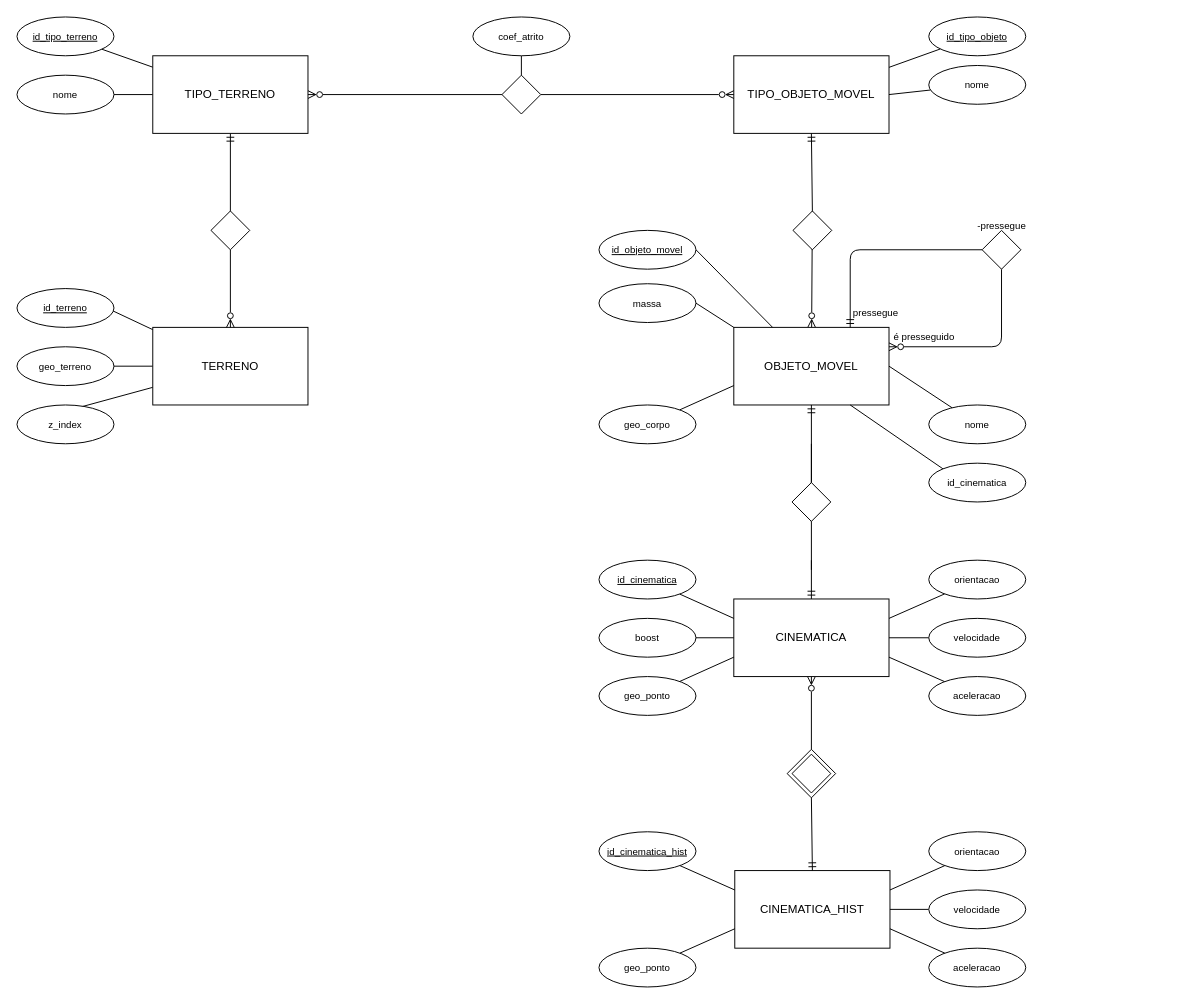
Earlier version of the draw.io diagram trabalhoPratico/doc/modelo.drawio (AnaSofOliveira/SIGM2425). Source tidied: cells renumbered, new cells numbered last; positions are measured from the earlier drawing's top-left corner, leaving out a move shared by most shapes. Both pictures are drawn from the tidied source at 97%, with x=0, y=0 at pixel (16, 16).
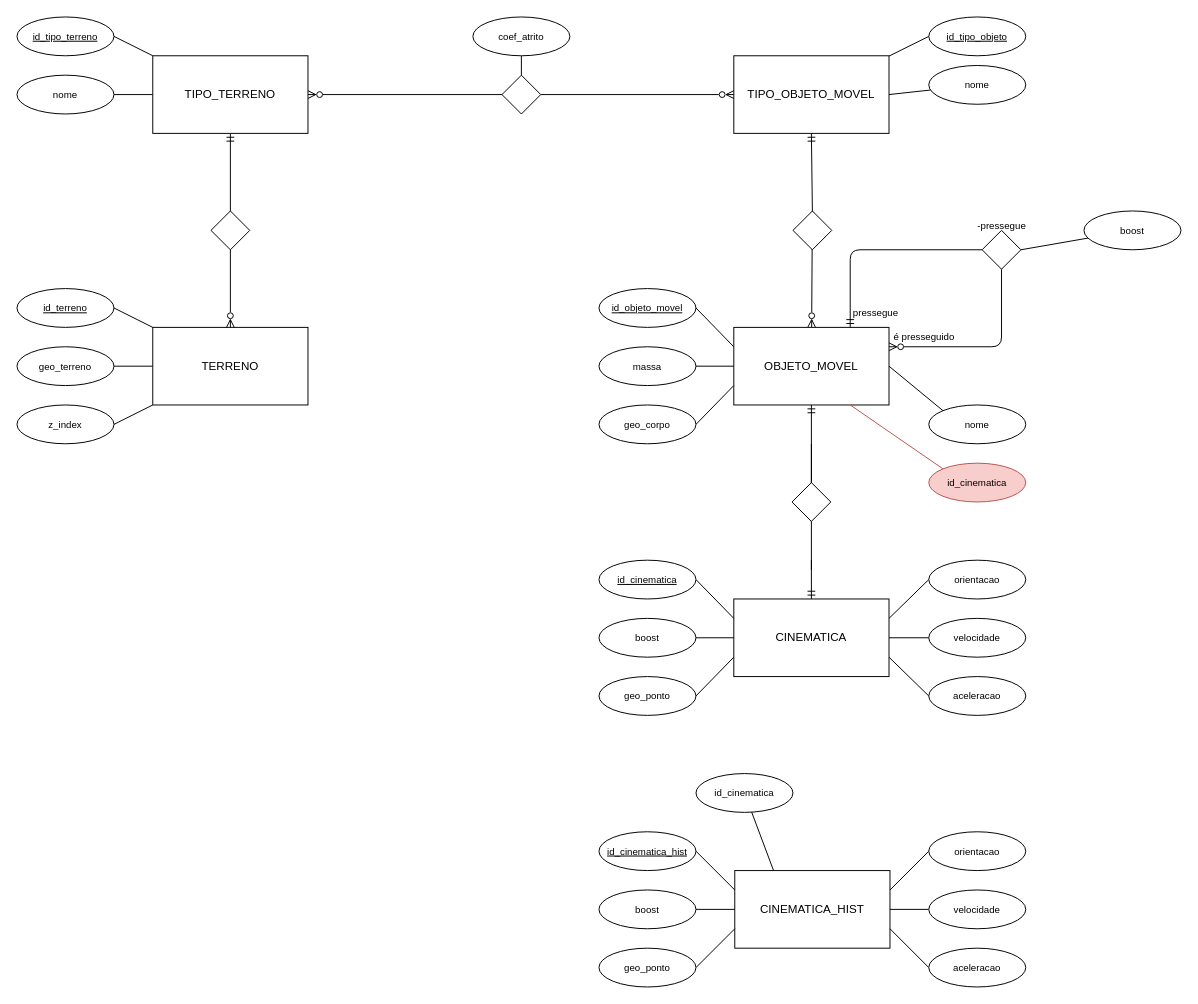
Above is the later version.

Unchanged cells that the change refers to:
```xml
<mxCell id="6" value="TERRENO" style="rounded=0;whiteSpace=wrap;html=1;" parent="1" vertex="1">
  <mxGeometry x="140" y="320" width="160" height="80" as="geometry" />
</mxCell>
<mxCell id="10" value="TIPO_TERRENO" style="rounded=0;whiteSpace=wrap;html=1;" parent="1" vertex="1">
  <mxGeometry x="140" y="40" width="160" height="80" as="geometry" />
</mxCell>
<mxCell id="13" value="&lt;u style=&quot;font-size: 10px;&quot;&gt;id_tipo_terreno&lt;/u&gt;" style="ellipse;whiteSpace=wrap;html=1;fontSize=10;" parent="1" vertex="1">
  <mxGeometry width="100" height="40" as="geometry" />
</mxCell>
<mxCell id="15" value="z_index" style="ellipse;whiteSpace=wrap;html=1;fontSize=10;" parent="1" vertex="1">
  <mxGeometry y="400" width="100" height="40" as="geometry" />
</mxCell>
<mxCell id="16" value="geo_terreno" style="ellipse;whiteSpace=wrap;html=1;fontSize=10;" parent="1" vertex="1">
  <mxGeometry y="340" width="100" height="40" as="geometry" />
</mxCell>
<mxCell id="17" value="&lt;u style=&quot;font-size: 10px;&quot;&gt;id_terreno&lt;/u&gt;" style="ellipse;whiteSpace=wrap;html=1;fontSize=10;" parent="1" vertex="1">
  <mxGeometry y="280" width="100" height="40" as="geometry" />
</mxCell>
<mxCell id="20" value="OBJETO_MOVEL" style="rounded=0;whiteSpace=wrap;html=1;" parent="1" vertex="1">
  <mxGeometry x="739" y="320" width="160" height="80" as="geometry" />
</mxCell>
<mxCell id="24" value="CINEMATICA" style="rounded=0;whiteSpace=wrap;html=1;" parent="1" vertex="1">
  <mxGeometry x="739" y="600" width="160" height="80" as="geometry" />
</mxCell>
<mxCell id="26" value="CINEMATICA_HIST" style="rounded=0;whiteSpace=wrap;html=1;" parent="1" vertex="1">
  <mxGeometry x="740" y="880" width="160" height="80" as="geometry" />
</mxCell>
<mxCell id="29" value="&lt;u style=&quot;font-size: 10px;&quot;&gt;id_cinematica&lt;/u&gt;" style="ellipse;whiteSpace=wrap;html=1;fontSize=10;" parent="1" vertex="1">
  <mxGeometry x="600" y="560" width="100" height="40" as="geometry" />
</mxCell>
<mxCell id="31" value="orientacao" style="ellipse;whiteSpace=wrap;html=1;fontSize=10;" parent="1" vertex="1">
  <mxGeometry x="940" y="560" width="100" height="40" as="geometry" />
</mxCell>
<mxCell id="34" value="aceleracao" style="ellipse;whiteSpace=wrap;html=1;fontSize=10;" parent="1" vertex="1">
  <mxGeometry x="940" y="680" width="100" height="40" as="geometry" />
</mxCell>
<mxCell id="36" value="geo_ponto" style="ellipse;whiteSpace=wrap;html=1;fontSize=10;" parent="1" vertex="1">
  <mxGeometry x="600" y="680" width="100" height="40" as="geometry" />
</mxCell>
<mxCell id="40" value="nome" style="ellipse;whiteSpace=wrap;html=1;fontSize=10;" parent="1" vertex="1">
  <mxGeometry x="940" y="400" width="100" height="40" as="geometry" />
</mxCell>
<mxCell id="44" value="geo_corpo" style="ellipse;whiteSpace=wrap;html=1;fontSize=10;" parent="1" vertex="1">
  <mxGeometry x="600" y="400" width="100" height="40" as="geometry" />
</mxCell>
<mxCell id="45" value="TIPO_OBJETO_MOVEL" style="rounded=0;whiteSpace=wrap;html=1;" parent="1" vertex="1">
  <mxGeometry x="739" y="40" width="160" height="80" as="geometry" />
</mxCell>
<mxCell id="49" value="&lt;u&gt;id_tipo_objeto&lt;/u&gt;" style="ellipse;whiteSpace=wrap;html=1;fontSize=10;" parent="1" vertex="1">
  <mxGeometry x="940" width="100" height="40" as="geometry" />
</mxCell>
<mxCell id="55" value="geo_ponto" style="ellipse;whiteSpace=wrap;html=1;fontSize=10;" parent="1" vertex="1">
  <mxGeometry x="600" y="960" width="100" height="40" as="geometry" />
</mxCell>
<mxCell id="57" value="aceleracao" style="ellipse;whiteSpace=wrap;html=1;fontSize=10;" parent="1" vertex="1">
  <mxGeometry x="940" y="960" width="100" height="40" as="geometry" />
</mxCell>
<mxCell id="61" value="orientacao" style="ellipse;whiteSpace=wrap;html=1;fontSize=10;" parent="1" vertex="1">
  <mxGeometry x="940" y="840" width="100" height="40" as="geometry" />
</mxCell>
<mxCell id="63" value="&lt;u style=&quot;font-size: 10px;&quot;&gt;id_cinematica_hist&lt;/u&gt;" style="ellipse;whiteSpace=wrap;html=1;fontSize=10;" parent="1" vertex="1">
  <mxGeometry x="600" y="840" width="100" height="40" as="geometry" />
</mxCell>
<mxCell id="75" style="rhombus;whiteSpace=wrap;html=1;" parent="74" vertex="1">
  <mxGeometry x="15" y="20" width="40" height="40" as="geometry" />
</mxCell>
```

The edit, as a diff of the source:
```diff
@@
-    <mxCell id="2" style="edgeStyle=none;html=1;entryX=0.5;entryY=0;entryDx=0;entryDy=0;startArrow=none;startFill=0;endArrow=none;endFill=0;" parent="1" edge="1" source="6" target="17">
+    <mxCell id="2" style="edgeStyle=none;html=1;entryX=1;entryY=0.5;entryDx=0;entryDy=0;startArrow=none;startFill=0;endArrow=none;endFill=0;" parent="1" edge="1" source="6" target="17">
       <mxGeometry relative="1" as="geometry" />
     </mxCell>
-    <mxCell id="3" style="edgeStyle=none;html=1;entryX=0;entryY=0.5;entryDx=0;entryDy=0;startArrow=none;startFill=0;endArrow=none;endFill=0;" parent="1" edge="1" source="6" target="16">
+    <mxCell id="3" style="edgeStyle=none;html=1;entryX=1;entryY=0.5;entryDx=0;entryDy=0;startArrow=none;startFill=0;endArrow=none;endFill=0;" parent="1" edge="1" source="6" target="16">
       <mxGeometry relative="1" as="geometry" />
     </mxCell>
-    <mxCell id="4" style="edgeStyle=none;html=1;entryX=0;entryY=0.5;entryDx=0;entryDy=0;startArrow=none;startFill=0;endArrow=none;endFill=0;" parent="1" edge="1" source="6" target="15">
+    <mxCell id="4" style="edgeStyle=none;html=1;entryX=1;entryY=0.5;entryDx=0;entryDy=0;startArrow=none;startFill=0;endArrow=none;endFill=0;" parent="1" edge="1" source="6" target="15">
       <mxGeometry relative="1" as="geometry" />
     </mxCell>
@@
-    <mxCell id="9" style="edgeStyle=none;html=1;startArrow=none;startFill=0;endArrow=none;endFill=0;" parent="1" edge="1" source="10" target="13">
+    <mxCell id="9" style="edgeStyle=none;html=1;startArrow=none;startFill=0;endArrow=none;endFill=0;entryX=1;entryY=0.5;entryDx=0;entryDy=0;" parent="1" edge="1" source="10" target="13">
       <mxGeometry relative="1" as="geometry" />
     </mxCell>
@@
-    <mxCell id="22" style="edgeStyle=none;html=1;startArrow=ERzeroToMany;startFill=0;endArrow=none;endFill=0;entryX=0.5;entryY=0;entryDx=0;entryDy=0;" parent="1" edge="1" source="24" target="71">
-      <mxGeometry relative="1" as="geometry" />
-    </mxCell>
@@
-    <mxCell id="27" style="edgeStyle=none;html=1;entryX=0.5;entryY=0;entryDx=0;entryDy=0;startArrow=none;startFill=0;endArrow=ERmandOne;endFill=0;exitX=0.5;exitY=1;exitDx=0;exitDy=0;" parent="1" edge="1" source="71" target="26">
-      <mxGeometry relative="1" as="geometry" />
-    </mxCell>
-    <mxCell id="28" style="edgeStyle=none;html=1;entryX=0;entryY=0.25;entryDx=0;entryDy=0;startArrow=none;startFill=0;endArrow=none;endFill=0;" parent="1" edge="1" source="29" target="24">
+    <mxCell id="28" style="edgeStyle=none;html=1;entryX=0;entryY=0.25;entryDx=0;entryDy=0;startArrow=none;startFill=0;endArrow=none;endFill=0;exitX=1;exitY=0.5;exitDx=0;exitDy=0;" parent="1" edge="1" source="29" target="24">
       <mxGeometry relative="1" as="geometry" />
     </mxCell>
@@
-    <mxCell id="30" style="edgeStyle=none;html=1;startArrow=none;startFill=0;endArrow=none;endFill=0;entryX=1;entryY=0.25;entryDx=0;entryDy=0;" parent="1" edge="1" source="31" target="24">
+    <mxCell id="30" style="edgeStyle=none;html=1;startArrow=none;startFill=0;endArrow=none;endFill=0;entryX=1;entryY=0.25;entryDx=0;entryDy=0;exitX=0;exitY=0.5;exitDx=0;exitDy=0;" parent="1" edge="1" source="31" target="24">
       <mxGeometry relative="1" as="geometry" />
     </mxCell>
@@
-    <mxCell id="33" style="edgeStyle=none;html=1;entryX=1;entryY=0.75;entryDx=0;entryDy=0;startArrow=none;startFill=0;endArrow=none;endFill=0;" parent="1" edge="1" source="34" target="24">
+    <mxCell id="33" style="edgeStyle=none;html=1;entryX=1;entryY=0.75;entryDx=0;entryDy=0;startArrow=none;startFill=0;endArrow=none;endFill=0;exitX=0;exitY=0.5;exitDx=0;exitDy=0;" parent="1" edge="1" source="34" target="24">
       <mxGeometry relative="1" as="geometry" />
     </mxCell>
@@
-    <mxCell id="35" style="edgeStyle=none;html=1;startArrow=none;startFill=0;endArrow=none;endFill=0;entryX=0;entryY=0.75;entryDx=0;entryDy=0;" parent="1" edge="1" source="36" target="24">
+    <mxCell id="35" style="edgeStyle=none;html=1;startArrow=none;startFill=0;endArrow=none;endFill=0;entryX=0;entryY=0.75;entryDx=0;entryDy=0;exitX=1;exitY=0.5;exitDx=0;exitDy=0;" parent="1" edge="1" source="36" target="24">
       <mxGeometry relative="1" as="geometry" />
     </mxCell>
@@
-    <mxCell id="37" style="edgeStyle=none;html=1;entryX=0.25;entryY=0;entryDx=0;entryDy=0;startArrow=none;startFill=0;endArrow=none;endFill=0;exitX=1;exitY=0.5;exitDx=0;exitDy=0;" parent="1" edge="1" source="38" target="20">
+    <mxCell id="37" style="edgeStyle=none;html=1;entryX=0;entryY=0.25;entryDx=0;entryDy=0;startArrow=none;startFill=0;endArrow=none;endFill=0;exitX=1;exitY=0.5;exitDx=0;exitDy=0;" parent="1" edge="1" source="38" target="20">
       <mxGeometry relative="1" as="geometry" />
     </mxCell>
     <mxCell id="38" value="&lt;u style=&quot;font-size: 10px;&quot;&gt;id_objeto_movel&lt;/u&gt;" style="ellipse;whiteSpace=wrap;html=1;fontSize=10;" parent="1" vertex="1">
-      <mxGeometry x="600" y="220" width="100" height="40" as="geometry" />
+      <mxGeometry x="600" y="280" width="100" height="40" as="geometry" />
     </mxCell>
-    <mxCell id="39" style="edgeStyle=none;html=1;entryX=1;entryY=0.5;entryDx=0;entryDy=0;startArrow=none;startFill=0;endArrow=none;endFill=0;" parent="1" edge="1" source="40" target="20">
+    <mxCell id="39" style="edgeStyle=none;html=1;entryX=1;entryY=0.5;entryDx=0;entryDy=0;startArrow=none;startFill=0;endArrow=none;endFill=0;exitX=0;exitY=0;exitDx=0;exitDy=0;" parent="1" edge="1" source="40" target="20">
       <mxGeometry relative="1" as="geometry" />
     </mxCell>
@@
-    <mxCell id="41" style="edgeStyle=none;html=1;entryX=0.75;entryY=1;entryDx=0;entryDy=0;startArrow=none;startFill=0;endArrow=none;endFill=0;exitX=0;exitY=0;exitDx=0;exitDy=0;" parent="1" edge="1" source="42" target="20">
+    <mxCell id="41" style="edgeStyle=none;html=1;entryX=0.75;entryY=1;entryDx=0;entryDy=0;startArrow=none;startFill=0;endArrow=none;endFill=0;exitX=0;exitY=0;exitDx=0;exitDy=0;fillColor=#f8cecc;strokeColor=#b85450;" parent="1" edge="1" source="42" target="20">
       <mxGeometry relative="1" as="geometry" />
     </mxCell>
-    <mxCell id="42" value="id_cinematica" style="ellipse;whiteSpace=wrap;html=1;fontSize=10;" parent="1" vertex="1">
+    <mxCell id="42" value="id_cinematica" style="ellipse;whiteSpace=wrap;html=1;fontSize=10;fillColor=#f8cecc;strokeColor=#b85450;" parent="1" vertex="1">
       <mxGeometry x="940" y="460" width="100" height="40" as="geometry" />
     </mxCell>
-    <mxCell id="43" style="edgeStyle=none;html=1;entryX=0;entryY=0.75;entryDx=0;entryDy=0;fontSize=10;startArrow=none;startFill=0;endArrow=none;endFill=0;" parent="1" edge="1" source="44" target="20">
+    <mxCell id="43" style="edgeStyle=none;html=1;entryX=0;entryY=0.75;entryDx=0;entryDy=0;fontSize=10;startArrow=none;startFill=0;endArrow=none;endFill=0;exitX=1;exitY=0.5;exitDx=0;exitDy=0;" parent="1" edge="1" source="44" target="20">
       <mxGeometry relative="1" as="geometry" />
     </mxCell>
@@
-    <mxCell id="48" style="edgeStyle=none;html=1;startArrow=none;startFill=0;endArrow=none;endFill=0;" parent="1" edge="1" source="49" target="45">
+    <mxCell id="48" style="edgeStyle=none;html=1;startArrow=none;startFill=0;endArrow=none;endFill=0;exitX=0;exitY=0.5;exitDx=0;exitDy=0;" parent="1" edge="1" source="49" target="45">
       <mxGeometry relative="1" as="geometry" />
     </mxCell>
@@
-    <mxCell id="54" style="edgeStyle=none;html=1;entryX=0;entryY=0.75;entryDx=0;entryDy=0;fontSize=10;startArrow=none;startFill=0;endArrow=none;endFill=0;" parent="1" edge="1" source="55" target="26">
+    <mxCell id="54" style="edgeStyle=none;html=1;entryX=0;entryY=0.75;entryDx=0;entryDy=0;fontSize=10;startArrow=none;startFill=0;endArrow=none;endFill=0;exitX=1;exitY=0.5;exitDx=0;exitDy=0;" parent="1" edge="1" source="55" target="26">
       <mxGeometry relative="1" as="geometry" />
     </mxCell>
@@
-    <mxCell id="56" style="edgeStyle=none;html=1;entryX=1;entryY=0.75;entryDx=0;entryDy=0;fontSize=10;startArrow=none;startFill=0;endArrow=none;endFill=0;" parent="1" edge="1" source="57" target="26">
+    <mxCell id="56" style="edgeStyle=none;html=1;entryX=1;entryY=0.75;entryDx=0;entryDy=0;fontSize=10;startArrow=none;startFill=0;endArrow=none;endFill=0;exitX=0;exitY=0.5;exitDx=0;exitDy=0;" parent="1" edge="1" source="57" target="26">
       <mxGeometry relative="1" as="geometry" />
     </mxCell>
@@
-    <mxCell id="60" style="edgeStyle=none;html=1;entryX=1;entryY=0.25;entryDx=0;entryDy=0;fontSize=10;startArrow=none;startFill=0;endArrow=none;endFill=0;" parent="1" edge="1" source="61" target="26">
+    <mxCell id="60" style="edgeStyle=none;html=1;entryX=1;entryY=0.25;entryDx=0;entryDy=0;fontSize=10;startArrow=none;startFill=0;endArrow=none;endFill=0;exitX=0;exitY=0.5;exitDx=0;exitDy=0;" parent="1" edge="1" source="61" target="26">
       <mxGeometry relative="1" as="geometry" />
     </mxCell>
@@
-    <mxCell id="62" style="edgeStyle=none;html=1;entryX=0;entryY=0.25;entryDx=0;entryDy=0;fontSize=10;startArrow=none;startFill=0;endArrow=none;endFill=0;" parent="1" edge="1" source="63" target="26">
+    <mxCell id="62" style="edgeStyle=none;html=1;entryX=0;entryY=0.25;entryDx=0;entryDy=0;fontSize=10;startArrow=none;startFill=0;endArrow=none;endFill=0;exitX=1;exitY=0.5;exitDx=0;exitDy=0;" parent="1" edge="1" source="63" target="26">
       <mxGeometry relative="1" as="geometry" />
     </mxCell>
@@
-    <mxCell id="69" style="group;" parent="1" vertex="1">
-      <mxGeometry x="794" y="755" width="50" height="50" as="geometry" />
-    </mxCell>
-    <mxCell id="70" style="rhombus;whiteSpace=wrap;html=1;" parent="69" vertex="1">
-      <mxGeometry x="5" y="5" width="40" height="40" as="geometry" />
-    </mxCell>
-    <mxCell id="71" style="rhombus;whiteSpace=wrap;html=1;fillColor=none;" parent="69" vertex="1">
-      <mxGeometry width="50" height="50" as="geometry" />
-    </mxCell>
@@
-    <mxCell id="79" style="rounded=0;jettySize=auto;html=1;entryX=0;entryY=0;entryDx=0;entryDy=0;endArrow=none;endFill=0;exitX=1;exitY=0.5;exitDx=0;exitDy=0;" parent="1" edge="1" source="80" target="20">
+    <mxCell id="79" style="rounded=0;jettySize=auto;html=1;entryX=0;entryY=0.5;entryDx=0;entryDy=0;endArrow=none;endFill=0;exitX=1;exitY=0.5;exitDx=0;exitDy=0;" parent="1" edge="1" source="80" target="20">
       <mxGeometry relative="1" as="geometry" />
     </mxCell>
     <mxCell id="80" value="massa" style="ellipse;whiteSpace=wrap;html=1;fontSize=10;" parent="1" vertex="1">
-      <mxGeometry x="600" y="275" width="100" height="40" as="geometry" />
+      <mxGeometry x="600" y="340" width="100" height="40" as="geometry" />
     </mxCell>
+    <mxCell id="81" style="edgeStyle=orthogonalEdgeStyle;rounded=0;jettySize=auto;html=1;entryX=0;entryY=0.5;entryDx=0;entryDy=0;endArrow=none;endFill=0;" parent="1" edge="1" source="82" target="26">
+      <mxGeometry relative="1" as="geometry" />
+    </mxCell>
+    <mxCell id="82" value="boost" style="ellipse;whiteSpace=wrap;html=1;fontSize=10;" parent="1" vertex="1">
+      <mxGeometry x="600" y="900" width="100" height="40" as="geometry" />
+    </mxCell>
+    <mxCell id="83" value="&lt;span style=&quot;font-size: 10px;&quot;&gt;id_cinematica&lt;/span&gt;" style="ellipse;whiteSpace=wrap;html=1;fontSize=10;" parent="1" vertex="1">
+      <mxGeometry x="700" y="780" width="100" height="40" as="geometry" />
+    </mxCell>
+    <mxCell id="84" style="rounded=0;jettySize=auto;html=1;entryX=0.25;entryY=0;entryDx=0;entryDy=0;endArrow=none;endFill=0;" parent="1" edge="1" source="83" target="26">
+      <mxGeometry relative="1" as="geometry" />
+    </mxCell>
+    <mxCell id="85" value="boost" style="ellipse;whiteSpace=wrap;html=1;fontSize=10;" parent="1" vertex="1">
+      <mxGeometry x="1100" y="200" width="100" height="40" as="geometry" />
+    </mxCell>
+    <mxCell id="86" style="rounded=0;jettySize=auto;html=1;entryX=1;entryY=0.5;entryDx=0;entryDy=0;endArrow=none;endFill=0;" parent="1" edge="1" source="85" target="75">
+      <mxGeometry relative="1" as="geometry" />
+    </mxCell>
```
